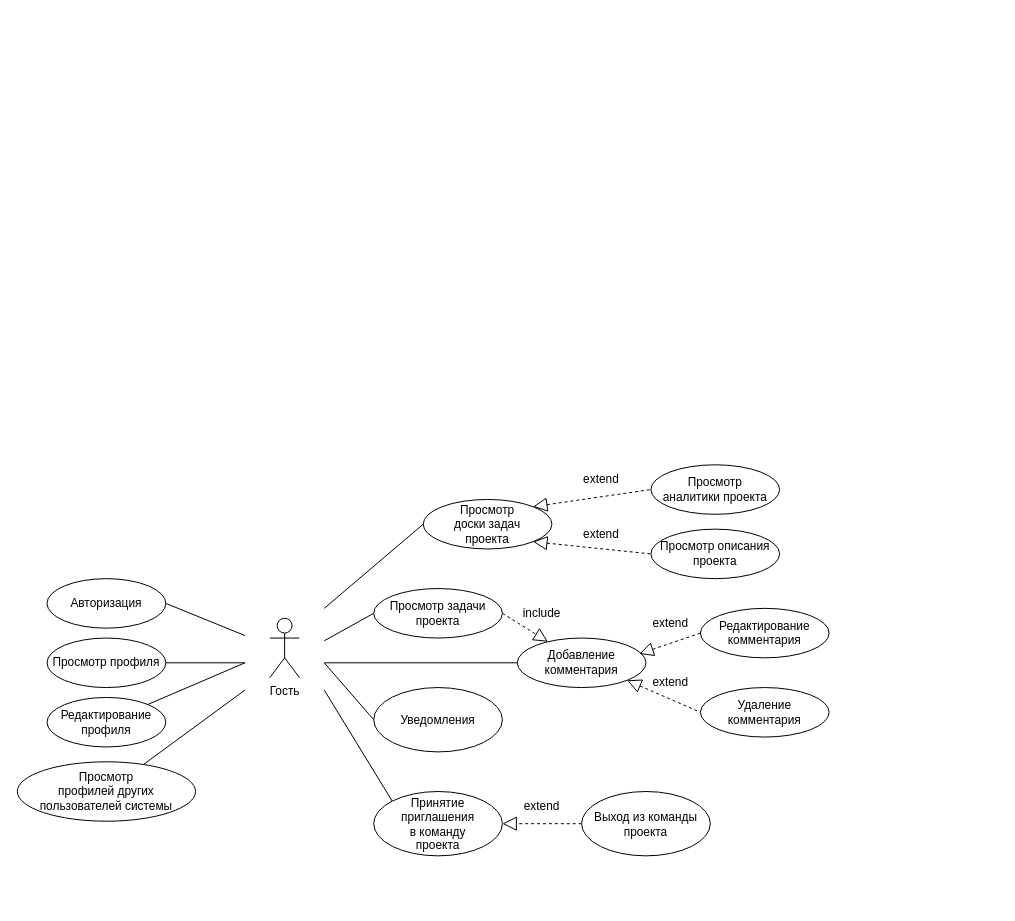
Earlier version of the draw.io diagram page "Page-2" (2 of 4) of doc/use-case.drawio (UlrixSingle/task-manager-suai-23). Source tidied: cells renumbered, new cells numbered last; positions are measured from the earlier drawing's top-left corner, leaving out a move shared by most shapes. Both pictures are drawn from the tidied source at 99%, with x=0, y=0 at pixel (17, 464).
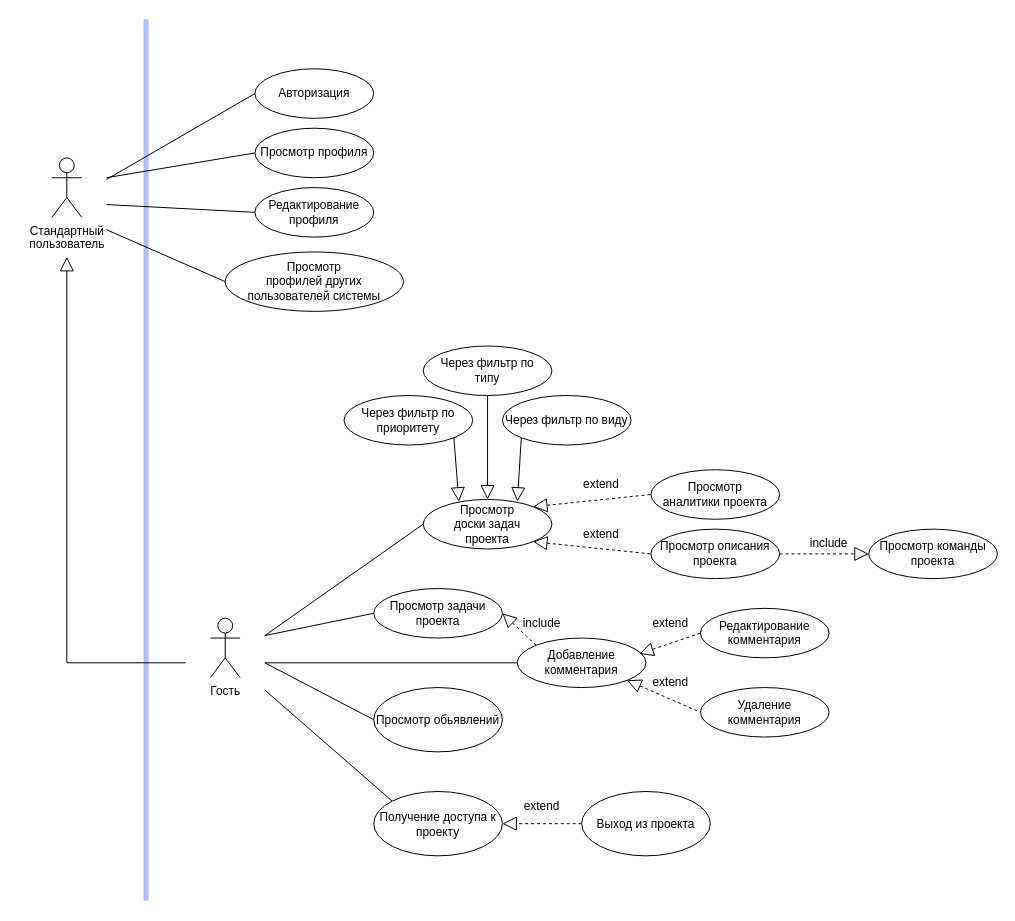
The same page after the edit.

Unchanged cells that the change refers to:
```xml
<mxCell id="9" value="Просмотр &lt;br&gt;доски задач &lt;br&gt;проекта" style="ellipse;whiteSpace=wrap;html=1;" parent="1" vertex="1">
  <mxGeometry x="410" y="35" width="130" height="50" as="geometry" />
</mxCell>
<mxCell id="12" value="Просмотр задачи проекта" style="ellipse;whiteSpace=wrap;html=1;" parent="1" vertex="1">
  <mxGeometry x="360" y="125" width="130" height="50" as="geometry" />
</mxCell>
<mxCell id="14" value="Просмотр описания проекта" style="ellipse;whiteSpace=wrap;html=1;" parent="1" vertex="1">
  <mxGeometry x="640" y="65" width="130" height="50" as="geometry" />
</mxCell>
<mxCell id="23" value="Добавление комментария" style="ellipse;whiteSpace=wrap;html=1;" parent="1" vertex="1">
  <mxGeometry x="505" y="175" width="130" height="50" as="geometry" />
</mxCell>
```

Diff of the diagram source:
```diff
@@
-    <mxCell id="2" style="group;" parent="1" vertex="1">
-      <mxGeometry x="230" y="145" width="80" height="110" as="geometry" />
-    </mxCell>
+    <mxCell id="40" style="endArrow=none;html=1;rounded=0;edgeStyle=orthogonalEdgeStyle;fillColor=#dae8fc;strokeColor=#ABBEFF;strokeWidth=5;" parent="1" edge="1">
+      <mxGeometry relative="1" as="geometry">
+        <mxPoint x="130" y="440" as="sourcePoint" />
+        <mxPoint x="130" y="-450" as="targetPoint" />
+        <Array as="points">
+          <mxPoint x="130" y="430" />
+          <mxPoint x="130" y="430" />
+        </Array>
+      </mxGeometry>
+    </mxCell>
+    <mxCell id="41" style="group;" parent="1" vertex="1">
+      <mxGeometry x="10" y="-320" width="80" height="110" as="geometry" />
+    </mxCell>
+    <mxCell id="42" value="Стандартный&lt;br&gt;пользователь" style="shape=umlActor;verticalLabelPosition=bottom;verticalAlign=top;html=1;" parent="41" vertex="1">
+      <mxGeometry x="25" y="10" width="30" height="60" as="geometry" />
+    </mxCell>
+    <mxCell id="43" style="rounded=0;whiteSpace=wrap;html=1;fillColor=none;strokeColor=none;" parent="41" vertex="1">
+      <mxGeometry width="80" height="110" as="geometry" />
+    </mxCell>
+    <mxCell id="44" style="group;" parent="1" vertex="1">
+      <mxGeometry x="170" y="145" width="80" height="110" as="geometry" />
+    </mxCell>
-    <mxCell id="3" value="Гость" style="shape=umlActor;verticalLabelPosition=bottom;verticalAlign=top;html=1;" parent="2" vertex="1">
+    <mxCell id="3" value="Гость" style="shape=umlActor;verticalLabelPosition=bottom;verticalAlign=top;html=1;" parent="44" vertex="1">
       <mxGeometry x="25" y="10" width="30" height="60" as="geometry" />
     </mxCell>
-    <mxCell id="4" style="rounded=0;whiteSpace=wrap;html=1;fillColor=none;strokeColor=none;" parent="2" vertex="1">
-      <mxGeometry width="80" height="110" as="geometry" />
-    </mxCell>
-    <mxCell id="5" style="edgeStyle=none;rounded=0;jumpStyle=none;jumpSize=6;jettySize=auto;html=1;exitX=0;exitY=0;exitDx=0;exitDy=0;entryX=1;entryY=0.75;entryDx=0;entryDy=0;startArrow=none;startFill=0;endArrow=none;endFill=0;startSize=12;endSize=12;targetPerimeterSpacing=0;strokeColor=#000000;strokeWidth=1;" parent="1" edge="1" source="6" target="4">
-      <mxGeometry relative="1" as="geometry" />
-    </mxCell>
-    <mxCell id="6" value="Принятие&lt;br&gt;приглашения&lt;br&gt;в команду &lt;br&gt;проекта" style="ellipse;whiteSpace=wrap;html=1;" parent="1" vertex="1">
-      <mxGeometry x="360" y="330" width="130" height="65" as="geometry" />
-    </mxCell>
+    <mxCell id="45" style="rounded=0;whiteSpace=wrap;html=1;fillColor=none;strokeColor=none;" parent="44" vertex="1">
+      <mxGeometry width="80" height="110" as="geometry" />
+    </mxCell>
+    <mxCell id="46" style="edgeStyle=none;rounded=0;jumpStyle=none;jumpSize=6;jettySize=auto;html=1;exitX=0;exitY=0;exitDx=0;exitDy=0;entryX=1;entryY=0.75;entryDx=0;entryDy=0;startArrow=none;startFill=0;endArrow=none;endFill=0;startSize=12;endSize=12;targetPerimeterSpacing=0;strokeColor=#000000;strokeWidth=1;" parent="1" edge="1" source="47" target="45">
+      <mxGeometry relative="1" as="geometry" />
+    </mxCell>
+    <mxCell id="47" value="Получение доступа к&lt;br&gt;проекту" style="ellipse;whiteSpace=wrap;html=1;" parent="1" vertex="1">
+      <mxGeometry x="360" y="330" width="130" height="65" as="geometry" />
+    </mxCell>
@@
-    <mxCell id="10" style="edgeStyle=none;rounded=0;jumpStyle=none;jumpSize=6;jettySize=auto;html=1;exitX=0;exitY=0.5;exitDx=0;exitDy=0;startArrow=none;startFill=0;endArrow=none;endFill=0;startSize=12;endSize=12;targetPerimeterSpacing=0;strokeColor=#000000;strokeWidth=1;" parent="1" edge="1" source="12" target="4">
-      <mxGeometry relative="1" as="geometry" />
-    </mxCell>
-    <mxCell id="11" style="edgeStyle=none;rounded=0;jumpStyle=none;jumpSize=6;jettySize=auto;html=1;exitX=1;exitY=0.5;exitDx=0;exitDy=0;dashed=1;startArrow=none;startFill=0;endArrow=block;endFill=0;startSize=12;endSize=12;targetPerimeterSpacing=0;strokeColor=#000000;strokeWidth=1;" parent="1" edge="1" source="12" target="23">
-      <mxGeometry relative="1" as="geometry" />
-    </mxCell>
+    <mxCell id="48" style="edgeStyle=none;rounded=0;jumpStyle=none;jumpSize=6;jettySize=auto;html=1;exitX=0;exitY=0.5;exitDx=0;exitDy=0;startArrow=none;startFill=0;endArrow=none;endFill=0;startSize=12;endSize=12;targetPerimeterSpacing=0;strokeColor=#000000;strokeWidth=1;entryX=1;entryY=0.25;entryDx=0;entryDy=0;" parent="1" edge="1" source="12" target="45">
+      <mxGeometry relative="1" as="geometry" />
+    </mxCell>
+    <mxCell id="49" style="edgeStyle=none;rounded=0;jumpStyle=none;jumpSize=6;jettySize=auto;html=1;exitX=0;exitY=0;exitDx=0;exitDy=0;dashed=1;startArrow=none;startFill=0;endArrow=block;endFill=0;startSize=12;endSize=12;targetPerimeterSpacing=0;strokeColor=#000000;strokeWidth=1;entryX=1;entryY=0.5;entryDx=0;entryDy=0;" parent="1" edge="1" source="23" target="12">
+      <mxGeometry relative="1" as="geometry" />
+    </mxCell>
@@
     <mxCell id="13" value="Просмотр&lt;br&gt;аналитики проекта" style="ellipse;whiteSpace=wrap;html=1;" parent="1" vertex="1">
-      <mxGeometry x="640" width="130" height="50" as="geometry" />
+      <mxGeometry x="640" y="5" width="130" height="50" as="geometry" />
     </mxCell>
@@
-    <mxCell id="15" style="edgeStyle=none;rounded=0;jumpStyle=none;jumpSize=6;jettySize=auto;html=1;exitX=1;exitY=0.5;exitDx=0;exitDy=0;entryX=0;entryY=0.25;entryDx=0;entryDy=0;startArrow=none;startFill=0;endArrow=none;endFill=0;startSize=12;endSize=12;targetPerimeterSpacing=0;strokeColor=#000000;strokeWidth=1;" parent="1" edge="1" source="16" target="4">
-      <mxGeometry relative="1" as="geometry" />
-    </mxCell>
-    <mxCell id="16" value="Авторизация" style="ellipse;whiteSpace=wrap;html=1;" parent="1" vertex="1">
-      <mxGeometry x="30" y="115" width="120" height="50" as="geometry" />
-    </mxCell>
-    <mxCell id="17" style="edgeStyle=none;rounded=0;jumpStyle=none;jumpSize=6;jettySize=auto;html=1;exitX=1;exitY=0.5;exitDx=0;exitDy=0;entryX=0;entryY=0.5;entryDx=0;entryDy=0;startArrow=none;startFill=0;endArrow=none;endFill=0;startSize=12;endSize=12;targetPerimeterSpacing=0;strokeColor=#000000;strokeWidth=1;" parent="1" edge="1" source="18" target="4">
-      <mxGeometry relative="1" as="geometry" />
-    </mxCell>
-    <mxCell id="18" value="Просмотр профиля" style="ellipse;whiteSpace=wrap;html=1;" parent="1" vertex="1">
-      <mxGeometry x="30" y="175" width="120" height="50" as="geometry" />
-    </mxCell>
-    <mxCell id="19" value="Просмотр &lt;br&gt;профилей других&lt;br&gt;пользователей системы" style="ellipse;whiteSpace=wrap;html=1;" parent="1" vertex="1">
-      <mxGeometry y="300" width="180" height="60" as="geometry" />
-    </mxCell>
-    <mxCell id="20" style="edgeStyle=none;rounded=0;jumpStyle=none;jumpSize=6;jettySize=auto;html=1;exitX=1;exitY=0;exitDx=0;exitDy=0;entryX=0;entryY=0.5;entryDx=0;entryDy=0;startArrow=none;startFill=0;endArrow=none;endFill=0;startSize=12;endSize=12;targetPerimeterSpacing=0;strokeColor=#000000;strokeWidth=1;" parent="1" edge="1" source="4" target="9">
-      <mxGeometry relative="1" as="geometry" />
-    </mxCell>
-    <mxCell id="21" style="edgeStyle=none;rounded=0;jumpStyle=none;jumpSize=6;jettySize=auto;html=1;exitX=0;exitY=0.5;exitDx=0;exitDy=0;startArrow=none;startFill=0;endArrow=none;endFill=0;startSize=12;endSize=12;targetPerimeterSpacing=0;strokeColor=#000000;strokeWidth=1;" parent="1" edge="1" source="23" target="4">
-      <mxGeometry relative="1" as="geometry" />
-    </mxCell>
+    <mxCell id="50" style="edgeStyle=none;rounded=0;jumpStyle=none;jumpSize=6;jettySize=auto;html=1;exitX=1;exitY=0.25;exitDx=0;exitDy=0;entryX=0;entryY=0.5;entryDx=0;entryDy=0;startArrow=none;startFill=0;endArrow=none;endFill=0;startSize=12;endSize=12;targetPerimeterSpacing=0;strokeColor=#000000;strokeWidth=1;" parent="1" edge="1" source="45" target="9">
+      <mxGeometry relative="1" as="geometry" />
+    </mxCell>
+    <mxCell id="51" style="edgeStyle=none;rounded=0;jumpStyle=none;jumpSize=6;jettySize=auto;html=1;exitX=0;exitY=0.5;exitDx=0;exitDy=0;startArrow=none;startFill=0;endArrow=none;endFill=0;startSize=12;endSize=12;targetPerimeterSpacing=0;strokeColor=#000000;strokeWidth=1;entryX=1;entryY=0.5;entryDx=0;entryDy=0;" parent="1" edge="1" source="23" target="45">
+      <mxGeometry relative="1" as="geometry" />
+    </mxCell>
@@
-    <mxCell id="26" style="edgeStyle=none;rounded=0;jumpStyle=none;jumpSize=6;jettySize=auto;html=1;exitX=0;exitY=0.5;exitDx=0;exitDy=0;entryX=1;entryY=0.5;entryDx=0;entryDy=0;startArrow=none;startFill=0;endArrow=block;endFill=0;startSize=12;endSize=12;targetPerimeterSpacing=0;strokeColor=#000000;strokeWidth=1;dashed=1;" parent="1" edge="1" source="27" target="6">
-      <mxGeometry relative="1" as="geometry" />
-    </mxCell>
-    <mxCell id="27" value="Выход из команды проекта" style="ellipse;whiteSpace=wrap;html=1;" parent="1" vertex="1">
-      <mxGeometry x="570" y="330" width="130" height="65" as="geometry" />
-    </mxCell>
+    <mxCell id="52" style="edgeStyle=none;rounded=0;jumpStyle=none;jumpSize=6;jettySize=auto;html=1;exitX=0;exitY=0.5;exitDx=0;exitDy=0;entryX=1;entryY=0.5;entryDx=0;entryDy=0;startArrow=none;startFill=0;endArrow=block;endFill=0;startSize=12;endSize=12;targetPerimeterSpacing=0;strokeColor=#000000;strokeWidth=1;dashed=1;" parent="1" edge="1" source="53" target="47">
+      <mxGeometry relative="1" as="geometry" />
+    </mxCell>
+    <mxCell id="53" value="Выход из проекта" style="ellipse;whiteSpace=wrap;html=1;" parent="1" vertex="1">
+      <mxGeometry x="570" y="330" width="130" height="65" as="geometry" />
+    </mxCell>
@@
-    <mxCell id="29" style="edgeStyle=none;rounded=0;jumpStyle=none;jumpSize=6;jettySize=auto;html=1;exitX=0;exitY=0.75;exitDx=0;exitDy=0;startArrow=none;startFill=0;endArrow=none;endFill=0;startSize=12;endSize=12;targetPerimeterSpacing=0;strokeColor=#000000;strokeWidth=1;" parent="1" edge="1" source="4" target="19">
-      <mxGeometry relative="1" as="geometry" />
-    </mxCell>
-    <mxCell id="30" value="include" style="text;html=1;strokeColor=none;fillColor=none;align=center;verticalAlign=middle;whiteSpace=wrap;rounded=0;" parent="1" vertex="1">
-      <mxGeometry x="500" y="135" width="60" height="30" as="geometry" />
-    </mxCell>
-    <mxCell id="31" value="extend" style="text;html=1;strokeColor=none;fillColor=none;align=center;verticalAlign=middle;whiteSpace=wrap;rounded=0;" parent="1" vertex="1">
-      <mxGeometry x="630" y="205" width="60" height="30" as="geometry" />
-    </mxCell>
-    <mxCell id="32" value="extend" style="text;html=1;strokeColor=none;fillColor=none;align=center;verticalAlign=middle;whiteSpace=wrap;rounded=0;" parent="1" vertex="1">
-      <mxGeometry x="630" y="145" width="60" height="30" as="geometry" />
-    </mxCell>
-    <mxCell id="33" value="extend" style="text;html=1;strokeColor=none;fillColor=none;align=center;verticalAlign=middle;whiteSpace=wrap;rounded=0;" parent="1" vertex="1">
-      <mxGeometry x="500" y="330" width="60" height="30" as="geometry" />
-    </mxCell>
-    <mxCell id="34" value="extend" style="text;html=1;strokeColor=none;fillColor=none;align=center;verticalAlign=middle;whiteSpace=wrap;rounded=0;" parent="1" vertex="1">
-      <mxGeometry x="560" y="55" width="60" height="30" as="geometry" />
-    </mxCell>
-    <mxCell id="35" value="extend" style="text;html=1;strokeColor=none;fillColor=none;align=center;verticalAlign=middle;whiteSpace=wrap;rounded=0;" parent="1" vertex="1">
-      <mxGeometry x="560" width="60" height="30" as="geometry" />
-    </mxCell>
-    <mxCell id="36" value="Уведомления" style="ellipse;whiteSpace=wrap;html=1;" parent="1" vertex="1">
-      <mxGeometry x="360" y="225" width="130" height="65" as="geometry" />
-    </mxCell>
+    <mxCell id="54" value="include" style="text;html=1;strokeColor=none;fillColor=none;align=center;verticalAlign=middle;whiteSpace=wrap;rounded=0;" parent="1" vertex="1">
+      <mxGeometry x="500" y="145" width="60" height="30" as="geometry" />
+    </mxCell>
+    <mxCell id="55" value="extend" style="text;html=1;strokeColor=none;fillColor=none;align=center;verticalAlign=middle;whiteSpace=wrap;rounded=0;" parent="1" vertex="1">
+      <mxGeometry x="630" y="205" width="60" height="30" as="geometry" />
+    </mxCell>
+    <mxCell id="56" value="extend" style="text;html=1;strokeColor=none;fillColor=none;align=center;verticalAlign=middle;whiteSpace=wrap;rounded=0;" parent="1" vertex="1">
+      <mxGeometry x="630" y="145" width="60" height="30" as="geometry" />
+    </mxCell>
+    <mxCell id="57" value="extend" style="text;html=1;strokeColor=none;fillColor=none;align=center;verticalAlign=middle;whiteSpace=wrap;rounded=0;" parent="1" vertex="1">
+      <mxGeometry x="500" y="330" width="60" height="30" as="geometry" />
+    </mxCell>
+    <mxCell id="58" value="extend" style="text;html=1;strokeColor=none;fillColor=none;align=center;verticalAlign=middle;whiteSpace=wrap;rounded=0;" parent="1" vertex="1">
+      <mxGeometry x="560" y="55" width="60" height="30" as="geometry" />
+    </mxCell>
+    <mxCell id="59" value="extend" style="text;html=1;strokeColor=none;fillColor=none;align=center;verticalAlign=middle;whiteSpace=wrap;rounded=0;" parent="1" vertex="1">
+      <mxGeometry x="560" y="5" width="60" height="30" as="geometry" />
+    </mxCell>
+    <mxCell id="60" style="edgeStyle=none;rounded=0;jumpStyle=none;jumpSize=6;jettySize=auto;html=1;exitX=0.732;exitY=0.044;exitDx=0;exitDy=0;entryX=0;entryY=1;entryDx=0;entryDy=0;startArrow=block;startFill=0;endArrow=none;endFill=0;startSize=12;endSize=12;targetPerimeterSpacing=0;strokeColor=#000000;strokeWidth=1;exitPerimeter=0;" parent="1" edge="1" source="9" target="62">
+      <mxGeometry relative="1" as="geometry" />
+    </mxCell>
+    <mxCell id="61" style="edgeStyle=none;rounded=0;jumpStyle=none;jumpSize=6;jettySize=auto;html=1;exitX=0.5;exitY=0;exitDx=0;exitDy=0;entryX=0.5;entryY=1;entryDx=0;entryDy=0;startArrow=block;startFill=0;endArrow=none;endFill=0;startSize=12;endSize=12;targetPerimeterSpacing=0;strokeColor=#000000;strokeWidth=1;" parent="1" edge="1" source="9" target="63">
+      <mxGeometry relative="1" as="geometry" />
+    </mxCell>
+    <mxCell id="62" value="Через фильтр по виду" style="ellipse;whiteSpace=wrap;html=1;" parent="1" vertex="1">
+      <mxGeometry x="490" y="-70" width="130" height="50" as="geometry" />
+    </mxCell>
+    <mxCell id="63" value="Через фильтр по&lt;br&gt;типу" style="ellipse;whiteSpace=wrap;html=1;" parent="1" vertex="1">
+      <mxGeometry x="410" y="-120" width="130" height="50" as="geometry" />
+    </mxCell>
+    <mxCell id="64" value="Просмотр обьявлений" style="ellipse;whiteSpace=wrap;html=1;" parent="1" vertex="1">
+      <mxGeometry x="360" y="225" width="130" height="65" as="geometry" />
+    </mxCell>
+    <mxCell id="65" style="edgeStyle=none;rounded=0;jumpStyle=none;jumpSize=6;jettySize=auto;html=1;exitX=1;exitY=0.5;exitDx=0;exitDy=0;entryX=0;entryY=0.5;entryDx=0;entryDy=0;startArrow=none;startFill=0;endArrow=none;endFill=0;startSize=12;endSize=12;targetPerimeterSpacing=0;strokeColor=#000000;strokeWidth=1;" parent="1" edge="1" source="45" target="64">
+      <mxGeometry relative="1" as="geometry" />
+    </mxCell>
+    <mxCell id="66" style="rounded=0;jettySize=auto;html=1;exitX=1;exitY=0.5;exitDx=0;exitDy=0;dashed=1;endArrow=block;endFill=0;entryX=0;entryY=0.5;entryDx=0;entryDy=0;endSize=12;startSize=12;" parent="1" edge="1" source="14" target="67">
+      <mxGeometry relative="1" as="geometry" />
+    </mxCell>
+    <mxCell id="67" value="Просмотр команды проекта" style="ellipse;whiteSpace=wrap;html=1;" parent="1" vertex="1">
+      <mxGeometry x="860" y="65" width="130" height="50" as="geometry" />
+    </mxCell>
+    <mxCell id="68" value="include" style="text;html=1;strokeColor=none;fillColor=none;align=center;verticalAlign=middle;whiteSpace=wrap;rounded=0;" parent="1" vertex="1">
+      <mxGeometry x="790" y="65" width="60" height="30" as="geometry" />
+    </mxCell>
+    <mxCell id="69" value="Через фильтр по приоритету" style="ellipse;whiteSpace=wrap;html=1;" parent="1" vertex="1">
+      <mxGeometry x="330" y="-70" width="130" height="50" as="geometry" />
+    </mxCell>
+    <mxCell id="70" style="edgeStyle=none;rounded=0;jumpStyle=none;jumpSize=6;jettySize=auto;html=1;exitX=0.277;exitY=0.044;exitDx=0;exitDy=0;entryX=1;entryY=1;entryDx=0;entryDy=0;startArrow=block;startFill=0;endArrow=none;endFill=0;startSize=12;endSize=12;targetPerimeterSpacing=0;strokeColor=#000000;strokeWidth=1;exitPerimeter=0;" parent="1" edge="1" source="9" target="69">
+      <mxGeometry relative="1" as="geometry" />
+    </mxCell>
+    <mxCell id="71" style="edgeStyle=none;rounded=0;jettySize=auto;html=1;exitX=0;exitY=0.5;exitDx=0;exitDy=0;endArrow=none;endFill=0;" parent="1" edge="1" source="16" target="43">
+      <mxGeometry relative="1" as="geometry" />
+    </mxCell>
+    <mxCell id="16" value="Авторизация" style="ellipse;whiteSpace=wrap;html=1;" parent="1" vertex="1">
+      <mxGeometry x="240" y="-400" width="120" height="50" as="geometry" />
+    </mxCell>
+    <mxCell id="72" style="edgeStyle=none;rounded=0;jettySize=auto;html=1;exitX=0;exitY=0.5;exitDx=0;exitDy=0;endArrow=none;endFill=0;" parent="1" edge="1" source="18">
+      <mxGeometry relative="1" as="geometry">
+        <mxPoint x="90" y="-290" as="targetPoint" />
+      </mxGeometry>
+    </mxCell>
+    <mxCell id="18" value="Просмотр профиля" style="ellipse;whiteSpace=wrap;html=1;" parent="1" vertex="1">
+      <mxGeometry x="240" y="-340" width="120" height="50" as="geometry" />
+    </mxCell>
+    <mxCell id="73" style="edgeStyle=none;rounded=0;jettySize=auto;html=1;exitX=0;exitY=0.5;exitDx=0;exitDy=0;entryX=1;entryY=0.75;entryDx=0;entryDy=0;endArrow=none;endFill=0;" parent="1" edge="1" source="19" target="43">
+      <mxGeometry relative="1" as="geometry" />
+    </mxCell>
+    <mxCell id="19" value="Просмотр &lt;br&gt;профилей других&lt;br&gt;пользователей системы" style="ellipse;whiteSpace=wrap;html=1;" parent="1" vertex="1">
+      <mxGeometry x="210" y="-215" width="180" height="60" as="geometry" />
+    </mxCell>
+    <mxCell id="74" style="edgeStyle=none;rounded=0;jettySize=auto;html=1;exitX=0;exitY=0.5;exitDx=0;exitDy=0;endArrow=none;endFill=0;" parent="1" edge="1" source="37" target="43">
+      <mxGeometry relative="1" as="geometry" />
+    </mxCell>
     <mxCell id="37" value="Редактирование профиля" style="ellipse;whiteSpace=wrap;html=1;" parent="1" vertex="1">
-      <mxGeometry x="30" y="235" width="120" height="50" as="geometry" />
+      <mxGeometry x="240" y="-280" width="120" height="50" as="geometry" />
     </mxCell>
-    <mxCell id="38" style="edgeStyle=none;rounded=0;jumpStyle=none;jumpSize=6;jettySize=auto;html=1;exitX=0;exitY=0.5;exitDx=0;exitDy=0;startArrow=none;startFill=0;endArrow=none;endFill=0;startSize=12;endSize=12;targetPerimeterSpacing=0;strokeColor=#000000;strokeWidth=1;" parent="1" edge="1" source="4" target="37">
-      <mxGeometry relative="1" as="geometry" />
-    </mxCell>
-    <mxCell id="39" style="edgeStyle=none;rounded=0;jumpStyle=none;jumpSize=6;jettySize=auto;html=1;exitX=1;exitY=0.5;exitDx=0;exitDy=0;entryX=0;entryY=0.5;entryDx=0;entryDy=0;startArrow=none;startFill=0;endArrow=none;endFill=0;startSize=12;endSize=12;targetPerimeterSpacing=0;strokeColor=#000000;strokeWidth=1;" parent="1" edge="1" source="4" target="36">
-      <mxGeometry relative="1" as="geometry" />
-    </mxCell>
+    <mxCell id="75" style="edgeStyle=orthogonalEdgeStyle;rounded=0;jettySize=auto;html=1;exitX=0;exitY=0.5;exitDx=0;exitDy=0;entryX=0.5;entryY=1;entryDx=0;entryDy=0;endArrow=block;endFill=0;startSize=12;endSize=12;" parent="1" edge="1" source="45" target="43">
+      <mxGeometry relative="1" as="geometry" />
+    </mxCell>
```
